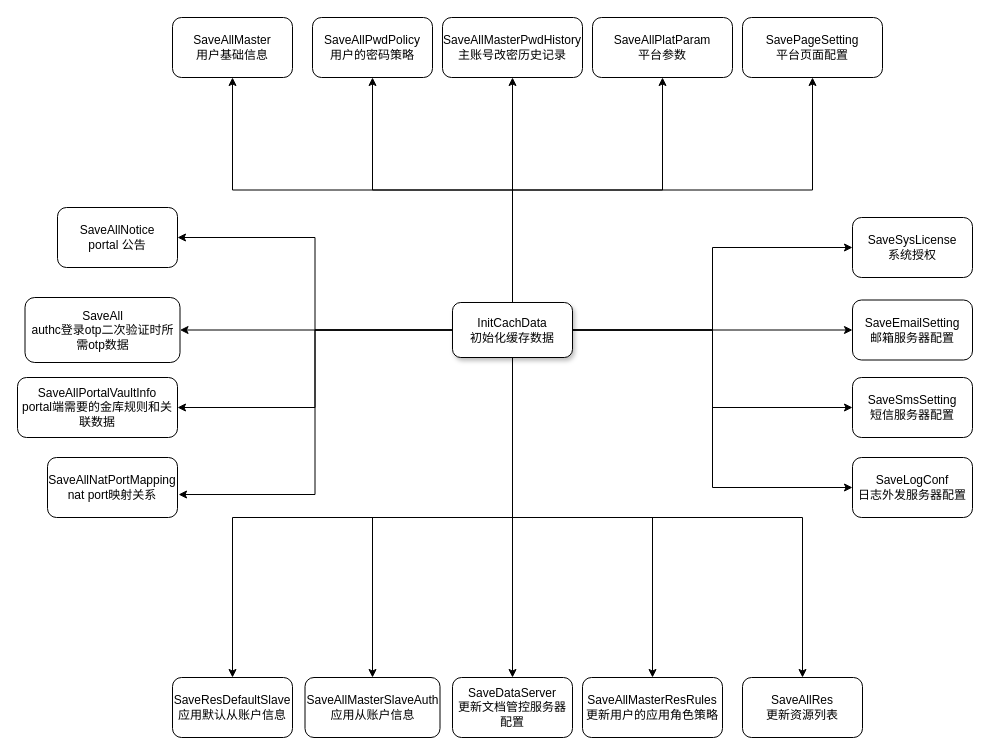
DeanYang121/typora_images keeps this draw.io diagram as cachehandlerserver-initdata.drawio. Above is the earlier version. Source tidied: cells renumbered, new cells numbered last; positions are measured from the earlier drawing's top-left corner, leaving out a move shared by most shapes. Both pictures are drawn from the tidied source at 100%, with x=0, y=0 at pixel (17, 17).
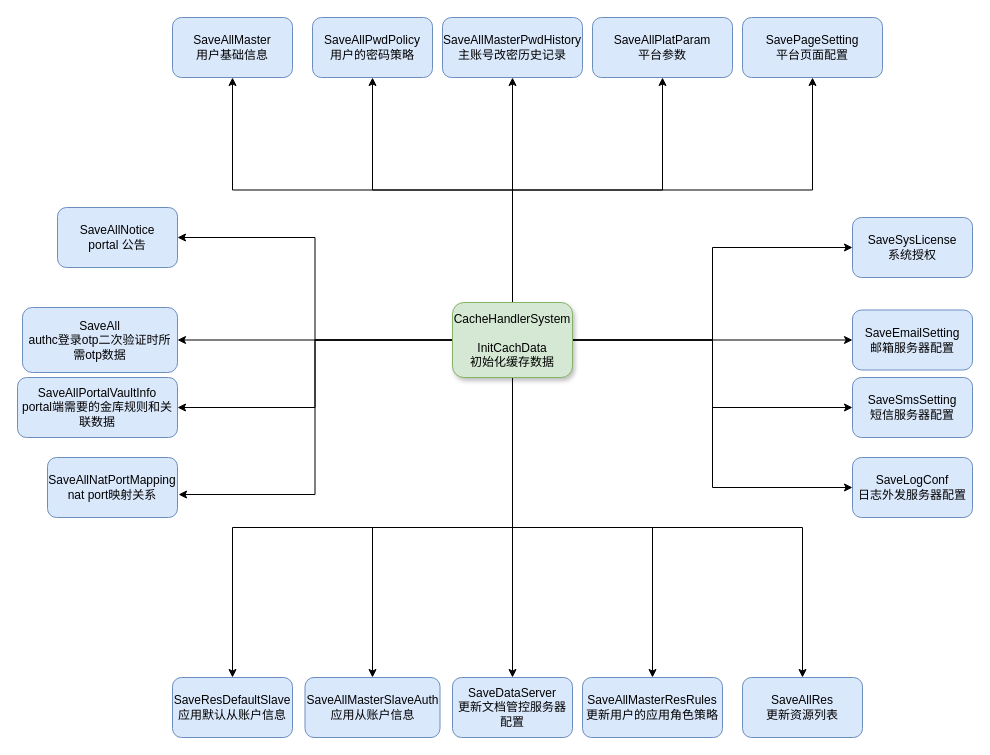
Above is the later version.

Diff of the diagram source:
```diff
@@
-    <mxCell id="20" value="&lt;span style=&quot;font-family: Helvetica;&quot;&gt;InitCachData&lt;/span&gt;&lt;br style=&quot;font-family: Helvetica;&quot;&gt;&lt;span style=&quot;font-family: Helvetica;&quot;&gt;初始化缓存数据&lt;/span&gt;" style="whiteSpace=wrap;html=1;rounded=1;shadow=1;labelBackgroundColor=none;strokeWidth=1;fontFamily=Verdana;fontSize=12;align=center;" parent="1" vertex="1">
-      <mxGeometry x="435" y="285" width="120" height="55" as="geometry" />
+    <mxCell id="20" value="&lt;span style=&quot;font-family: Helvetica;&quot;&gt;CacheHandlerSystem&lt;br&gt;&lt;br&gt;InitCachData&lt;/span&gt;&lt;br style=&quot;font-family: Helvetica;&quot;&gt;&lt;span style=&quot;font-family: Helvetica;&quot;&gt;初始化缓存数据&lt;/span&gt;" style="whiteSpace=wrap;html=1;rounded=1;shadow=1;labelBackgroundColor=none;strokeWidth=1;fontFamily=Verdana;fontSize=12;align=center;fillColor=#d5e8d4;strokeColor=#82b366;" parent="1" vertex="1">
+      <mxGeometry x="435" y="285" width="120" height="75" as="geometry" />
     </mxCell>
-    <mxCell id="21" value="SaveAllMaster&lt;br&gt;用户基础信息" style="rounded=1;whiteSpace=wrap;html=1;" parent="1" vertex="1">
+    <mxCell id="21" value="SaveAllMaster&lt;br&gt;用户基础信息" style="rounded=1;whiteSpace=wrap;html=1;fillColor=#dae8fc;strokeColor=#6c8ebf;" parent="1" vertex="1">
       <mxGeometry x="155" width="120" height="60" as="geometry" />
     </mxCell>
-    <mxCell id="22" value="SaveAllPwdPolicy&lt;br&gt;用户的密码策略" style="rounded=1;whiteSpace=wrap;html=1;" parent="1" vertex="1">
+    <mxCell id="22" value="SaveAllPwdPolicy&lt;br&gt;用户的密码策略" style="rounded=1;whiteSpace=wrap;html=1;fillColor=#dae8fc;strokeColor=#6c8ebf;" parent="1" vertex="1">
       <mxGeometry x="295" width="120" height="60" as="geometry" />
     </mxCell>
-    <mxCell id="23" value="SaveAllMasterPwdHistory&lt;br&gt;主账号改密历史记录" style="rounded=1;whiteSpace=wrap;html=1;" parent="1" vertex="1">
+    <mxCell id="23" value="SaveAllMasterPwdHistory&lt;br&gt;主账号改密历史记录" style="rounded=1;whiteSpace=wrap;html=1;fillColor=#dae8fc;strokeColor=#6c8ebf;" parent="1" vertex="1">
       <mxGeometry x="425" width="140" height="60" as="geometry" />
     </mxCell>
-    <mxCell id="24" value="SaveAllPlatParam&lt;br&gt;平台参数" style="rounded=1;whiteSpace=wrap;html=1;" parent="1" vertex="1">
+    <mxCell id="24" value="SaveAllPlatParam&lt;br&gt;平台参数" style="rounded=1;whiteSpace=wrap;html=1;fillColor=#dae8fc;strokeColor=#6c8ebf;" parent="1" vertex="1">
       <mxGeometry x="575" width="140" height="60" as="geometry" />
     </mxCell>
-    <mxCell id="25" value="SavePageSetting&lt;br&gt;平台页面配置" style="rounded=1;whiteSpace=wrap;html=1;" parent="1" vertex="1">
+    <mxCell id="25" value="SavePageSetting&lt;br&gt;平台页面配置" style="rounded=1;whiteSpace=wrap;html=1;fillColor=#dae8fc;strokeColor=#6c8ebf;" parent="1" vertex="1">
       <mxGeometry x="725" width="140" height="60" as="geometry" />
     </mxCell>
-    <mxCell id="26" value="SaveSysLicense&lt;br&gt;系统授权" style="rounded=1;whiteSpace=wrap;html=1;" parent="1" vertex="1">
+    <mxCell id="26" value="SaveSysLicense&lt;br&gt;系统授权" style="rounded=1;whiteSpace=wrap;html=1;fillColor=#dae8fc;strokeColor=#6c8ebf;" parent="1" vertex="1">
       <mxGeometry x="835" y="200" width="120" height="60" as="geometry" />
     </mxCell>
-    <mxCell id="27" value="SaveEmailSetting&lt;br&gt;邮箱服务器配置" style="rounded=1;whiteSpace=wrap;html=1;" parent="1" vertex="1">
-      <mxGeometry x="835" y="282.5" width="120" height="60" as="geometry" />
+    <mxCell id="27" value="SaveEmailSetting&lt;br&gt;邮箱服务器配置" style="rounded=1;whiteSpace=wrap;html=1;fillColor=#dae8fc;strokeColor=#6c8ebf;" parent="1" vertex="1">
+      <mxGeometry x="835" y="292.5" width="120" height="60" as="geometry" />
     </mxCell>
-    <mxCell id="28" value="SaveSmsSetting&lt;br&gt;短信服务器配置" style="rounded=1;whiteSpace=wrap;html=1;" parent="1" vertex="1">
+    <mxCell id="28" value="SaveSmsSetting&lt;br&gt;短信服务器配置" style="rounded=1;whiteSpace=wrap;html=1;fillColor=#dae8fc;strokeColor=#6c8ebf;" parent="1" vertex="1">
       <mxGeometry x="835" y="360" width="120" height="60" as="geometry" />
     </mxCell>
-    <mxCell id="29" value="SaveLogConf&lt;br&gt;日志外发服务器配置" style="rounded=1;whiteSpace=wrap;html=1;" parent="1" vertex="1">
+    <mxCell id="29" value="SaveLogConf&lt;br&gt;日志外发服务器配置" style="rounded=1;whiteSpace=wrap;html=1;fillColor=#dae8fc;strokeColor=#6c8ebf;" parent="1" vertex="1">
       <mxGeometry x="835" y="440" width="120" height="60" as="geometry" />
     </mxCell>
-    <mxCell id="30" value="SaveAllRes&lt;br&gt;更新资源列表" style="rounded=1;whiteSpace=wrap;html=1;" parent="1" vertex="1">
+    <mxCell id="30" value="SaveAllRes&lt;br&gt;更新资源列表" style="rounded=1;whiteSpace=wrap;html=1;fillColor=#dae8fc;strokeColor=#6c8ebf;" parent="1" vertex="1">
       <mxGeometry x="725" y="660" width="120" height="60" as="geometry" />
     </mxCell>
-    <mxCell id="31" value="SaveAllMasterResRules&lt;br&gt;更新用户的应用角色策略" style="rounded=1;whiteSpace=wrap;html=1;" parent="1" vertex="1">
+    <mxCell id="31" value="SaveAllMasterResRules&lt;br&gt;更新用户的应用角色策略" style="rounded=1;whiteSpace=wrap;html=1;fillColor=#dae8fc;strokeColor=#6c8ebf;" parent="1" vertex="1">
       <mxGeometry x="565" y="660" width="140" height="60" as="geometry" />
     </mxCell>
-    <mxCell id="32" value="SaveDataServer&lt;br&gt;更新文档管控服务器配置" style="rounded=1;whiteSpace=wrap;html=1;" parent="1" vertex="1">
+    <mxCell id="32" value="SaveDataServer&lt;br&gt;更新文档管控服务器配置" style="rounded=1;whiteSpace=wrap;html=1;fillColor=#dae8fc;strokeColor=#6c8ebf;" parent="1" vertex="1">
       <mxGeometry x="435" y="660" width="120" height="60" as="geometry" />
     </mxCell>
-    <mxCell id="33" value="SaveAllMasterSlaveAuth&lt;br&gt;应用从账户信息" style="rounded=1;whiteSpace=wrap;html=1;" parent="1" vertex="1">
+    <mxCell id="33" value="SaveAllMasterSlaveAuth&lt;br&gt;应用从账户信息" style="rounded=1;whiteSpace=wrap;html=1;fillColor=#dae8fc;strokeColor=#6c8ebf;" parent="1" vertex="1">
       <mxGeometry x="287.5" y="660" width="135" height="60" as="geometry" />
     </mxCell>
-    <mxCell id="34" value="SaveResDefaultSlave&lt;br&gt;应用默认从账户信息" style="rounded=1;whiteSpace=wrap;html=1;" parent="1" vertex="1">
+    <mxCell id="34" value="SaveResDefaultSlave&lt;br&gt;应用默认从账户信息" style="rounded=1;whiteSpace=wrap;html=1;fillColor=#dae8fc;strokeColor=#6c8ebf;" parent="1" vertex="1">
       <mxGeometry x="155" y="660" width="120" height="60" as="geometry" />
     </mxCell>
-    <mxCell id="35" value="SaveAllNatPortMapping&lt;br&gt;nat port映射关系" style="rounded=1;whiteSpace=wrap;html=1;" parent="1" vertex="1">
+    <mxCell id="35" value="SaveAllNatPortMapping&lt;br&gt;nat port映射关系" style="rounded=1;whiteSpace=wrap;html=1;fillColor=#dae8fc;strokeColor=#6c8ebf;" parent="1" vertex="1">
       <mxGeometry x="30" y="440" width="130" height="60" as="geometry" />
     </mxCell>
-    <mxCell id="36" value="SaveAllPortalVaultInfo&lt;br&gt;portal端需要的金库规则和关联数据" style="rounded=1;whiteSpace=wrap;html=1;" parent="1" vertex="1">
+    <mxCell id="36" value="SaveAllPortalVaultInfo&lt;br&gt;portal端需要的金库规则和关联数据" style="rounded=1;whiteSpace=wrap;html=1;fillColor=#dae8fc;strokeColor=#6c8ebf;" parent="1" vertex="1">
       <mxGeometry y="360" width="160" height="60" as="geometry" />
     </mxCell>
-    <mxCell id="37" value="SaveAll&lt;br&gt;authc登录otp二次验证时所需otp数据" style="rounded=1;whiteSpace=wrap;html=1;" parent="1" vertex="1">
-      <mxGeometry x="7.5" y="280" width="155" height="65" as="geometry" />
+    <mxCell id="37" value="SaveAll&lt;br&gt;authc登录otp二次验证时所需otp数据" style="rounded=1;whiteSpace=wrap;html=1;fillColor=#dae8fc;strokeColor=#6c8ebf;" parent="1" vertex="1">
+      <mxGeometry x="5" y="290" width="155" height="65" as="geometry" />
     </mxCell>
-    <mxCell id="38" value="SaveAllNotice&lt;br&gt;portal 公告" style="rounded=1;whiteSpace=wrap;html=1;" parent="1" vertex="1">
+    <mxCell id="38" value="SaveAllNotice&lt;br&gt;portal 公告" style="rounded=1;whiteSpace=wrap;html=1;fillColor=#dae8fc;strokeColor=#6c8ebf;" parent="1" vertex="1">
       <mxGeometry x="40" y="190" width="120" height="60" as="geometry" />
     </mxCell>
```
